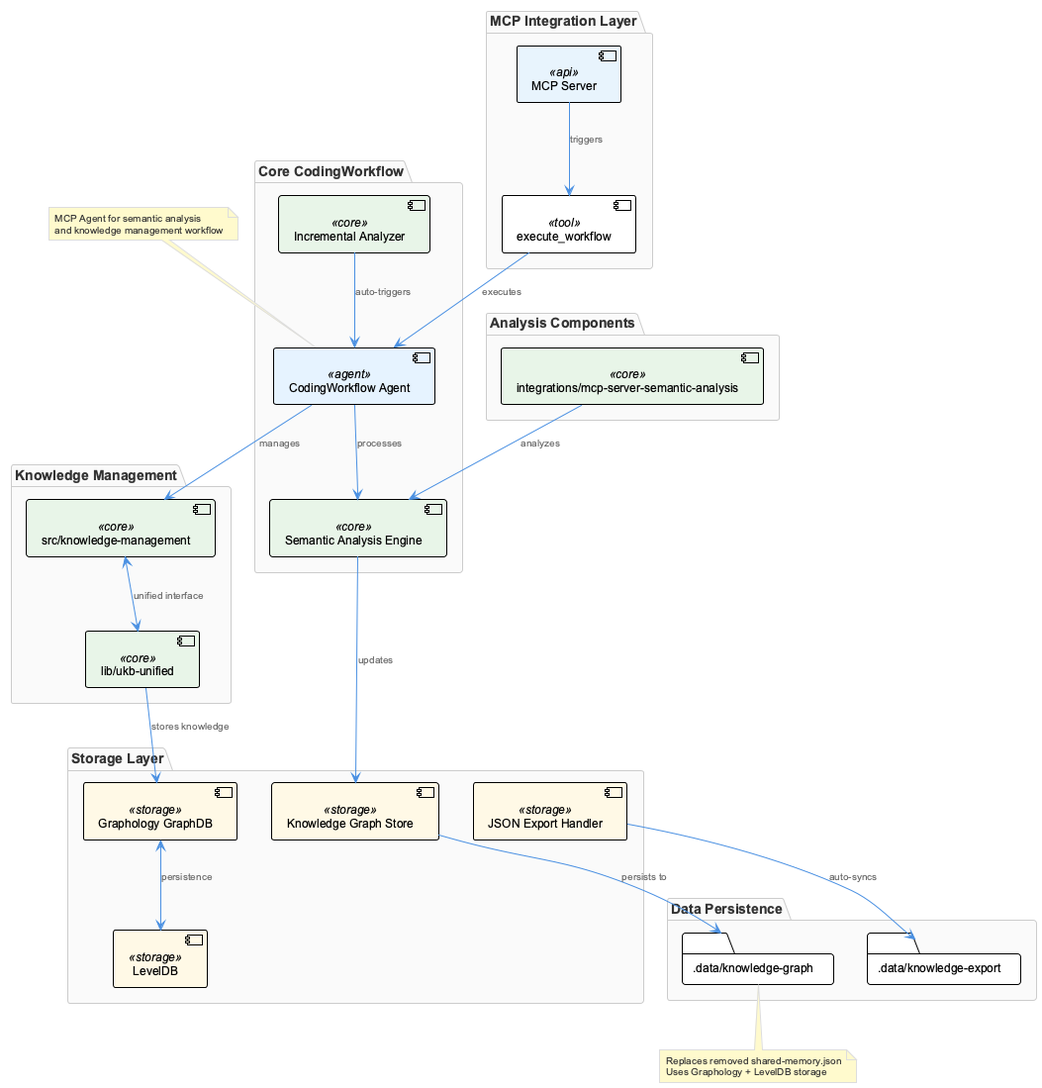
fwornle/coding keeps this PlantUML diagram as knowledge-management/insights/images/coding-workflow-architecture.png. Above is the earlier version. The source it was exported from:
```plantuml
@startuml
!include /Users/q284340/Agentic/coding/docs/puml/_standard-style.puml

package "MCP Integration Layer" {
    component [MCP Server] <<api>>
    component [execute_workflow] <<tool>>
}

package "Core CodingWorkflow" {
    component [CodingWorkflow Agent] <<agent>>
    component [Semantic Analysis Engine] <<core>>
    component [Incremental Analyzer] <<core>>
}

package "Knowledge Management" {
    component [src/knowledge-management] <<core>>
    component [lib/ukb-unified] <<core>>
}

package "Storage Layer" {
    component [Graphology GraphDB] <<storage>>
    component [LevelDB] <<storage>>
    component [Knowledge Graph Store] <<storage>>
    component [JSON Export Handler] <<storage>>
}

package "Data Persistence" {
    folder ".data/knowledge-graph" as KGData
    folder ".data/knowledge-export" as ExportData
}

package "Analysis Components" {
    component [integrations/mcp-server-semantic-analysis] <<core>>
}

[MCP Server] --> [execute_workflow] : triggers
[execute_workflow] --> [CodingWorkflow Agent] : executes
[Incremental Analyzer] --> [CodingWorkflow Agent] : auto-triggers

[CodingWorkflow Agent] --> [Semantic Analysis Engine] : processes
[CodingWorkflow Agent] --> [src/knowledge-management] : manages

[src/knowledge-management] <--> [lib/ukb-unified] : unified interface
[lib/ukb-unified] --> [Graphology GraphDB] : stores knowledge

[Graphology GraphDB] <--> [LevelDB] : persistence
[Knowledge Graph Store] --> KGData : persists to
[JSON Export Handler] --> ExportData : auto-syncs

[integrations/mcp-server-semantic-analysis] --> [Semantic Analysis Engine] : analyzes
[Semantic Analysis Engine] --> [Knowledge Graph Store] : updates

note top of [CodingWorkflow Agent]
  MCP Agent for semantic analysis
  and knowledge management workflow
end note

note bottom of KGData
  Replaces removed shared-memory.json
  Uses Graphology + LevelDB storage
end note

@enduml
```
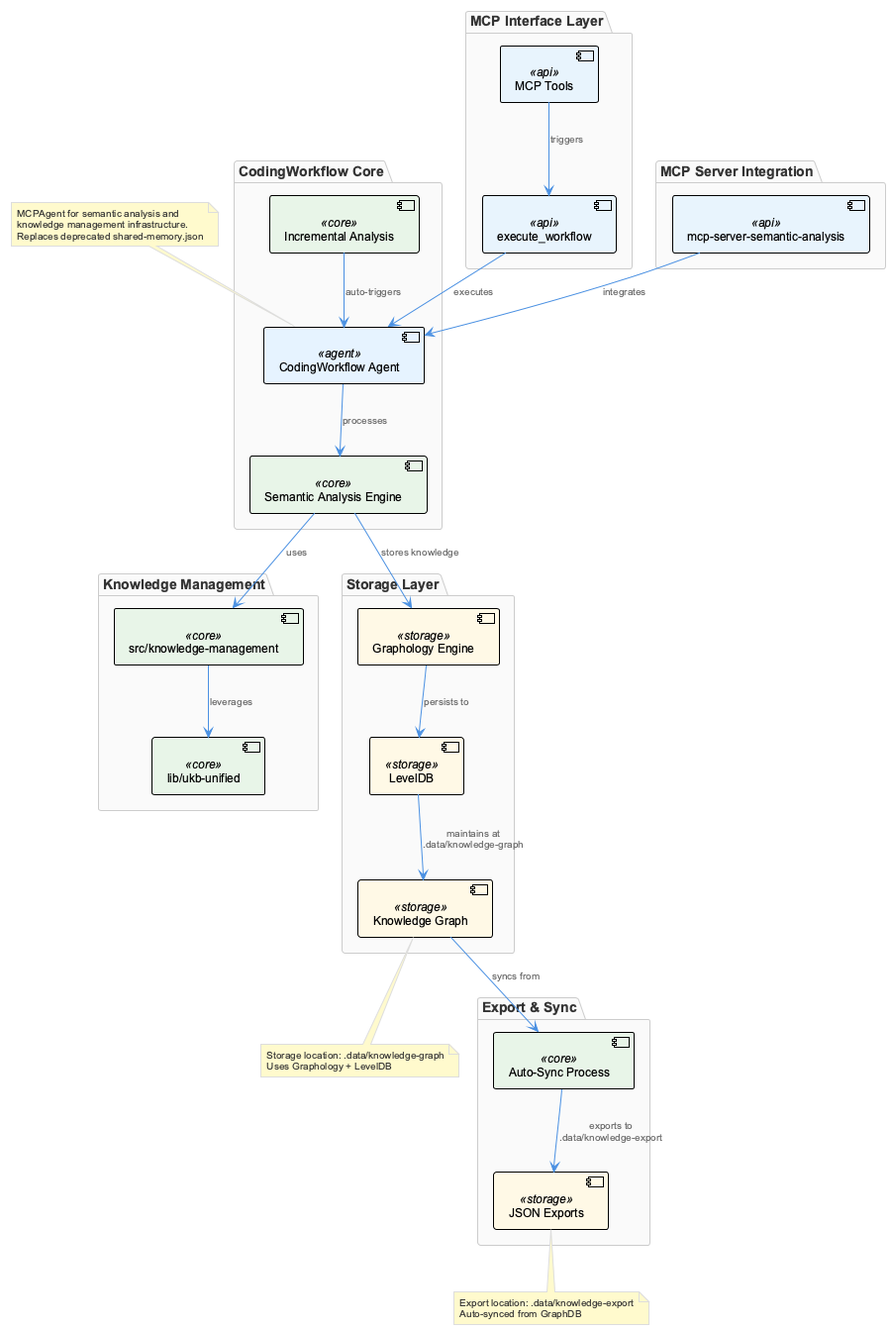
The same file after the commit.

Change to the diagram source:
```diff
@@ -1,63 +1,67 @@
 @startuml
 !include /Users/q284340/Agentic/coding/docs/puml/_standard-style.puml
 
-package "MCP Integration Layer" {
-    component [MCP Server] <<api>>
-    component [execute_workflow] <<tool>>
+package "MCP Interface Layer" {
+  component [MCP Tools] <<api>>
+  component [execute_workflow] <<api>>
 }
 
-package "Core CodingWorkflow" {
-    component [CodingWorkflow Agent] <<agent>>
-    component [Semantic Analysis Engine] <<core>>
-    component [Incremental Analyzer] <<core>>
+package "CodingWorkflow Core" {
+  component [CodingWorkflow Agent] <<agent>>
+  component [Semantic Analysis Engine] <<core>>
+  component [Incremental Analysis] <<core>>
 }
 
 package "Knowledge Management" {
-    component [src/knowledge-management] <<core>>
-    component [lib/ukb-unified] <<core>>
+  component [src/knowledge-management] <<core>>
+  component [lib/ukb-unified] <<core>>
+}
+
+package "MCP Server Integration" {
+  component [mcp-server-semantic-analysis] <<api>>
 }
 
 package "Storage Layer" {
-    component [Graphology GraphDB] <<storage>>
-    component [LevelDB] <<storage>>
-    component [Knowledge Graph Store] <<storage>>
-    component [JSON Export Handler] <<storage>>
+  component [Graphology Engine] <<storage>>
+  component [LevelDB] <<storage>>
+  component [Knowledge Graph] <<storage>>
 }
 
-package "Data Persistence" {
-    folder ".data/knowledge-graph" as KGData
-    folder ".data/knowledge-export" as ExportData
+package "Export & Sync" {
+  component [JSON Exports] <<storage>>
+  component [Auto-Sync Process] <<core>>
 }
 
-package "Analysis Components" {
-    component [integrations/mcp-server-semantic-analysis] <<core>>
-}
-
-[MCP Server] --> [execute_workflow] : triggers
+[MCP Tools] --> [execute_workflow] : triggers
 [execute_workflow] --> [CodingWorkflow Agent] : executes
-[Incremental Analyzer] --> [CodingWorkflow Agent] : auto-triggers
+[Incremental Analysis] --> [CodingWorkflow Agent] : auto-triggers
 
 [CodingWorkflow Agent] --> [Semantic Analysis Engine] : processes
-[CodingWorkflow Agent] --> [src/knowledge-management] : manages
+[Semantic Analysis Engine] --> [src/knowledge-management] : uses
+[src/knowledge-management] --> [lib/ukb-unified] : leverages
+[mcp-server-semantic-analysis] --> [CodingWorkflow Agent] : integrates
 
-[src/knowledge-management] <--> [lib/ukb-unified] : unified interface
-[lib/ukb-unified] --> [Graphology GraphDB] : stores knowledge
+[Semantic Analysis Engine] --> [Graphology Engine] : stores knowledge
+[Graphology Engine] --> [LevelDB] : persists to
+[LevelDB] --> [Knowledge Graph] : maintains at\n.data/knowledge-graph
 
-[Graphology GraphDB] <--> [LevelDB] : persistence
-[Knowledge Graph Store] --> KGData : persists to
-[JSON Export Handler] --> ExportData : auto-syncs
-
-[integrations/mcp-server-semantic-analysis] --> [Semantic Analysis Engine] : analyzes
-[Semantic Analysis Engine] --> [Knowledge Graph Store] : updates
+[Knowledge Graph] --> [Auto-Sync Process] : syncs from
+[Auto-Sync Process] --> [JSON Exports] : exports to\n.data/knowledge-export
 
 note top of [CodingWorkflow Agent]
-  MCP Agent for semantic analysis
-  and knowledge management workflow
+  MCPAgent for semantic analysis and
+  knowledge management infrastructure.
+  Replaces deprecated shared-memory.json
 end note
 
-note bottom of KGData
-  Replaces removed shared-memory.json
-  Uses Graphology + LevelDB storage
+note bottom of [Knowledge Graph]
+  Storage location: .data/knowledge-graph
+  Uses Graphology + LevelDB
+end note
+
+note bottom of [JSON Exports]
+  Export location: .data/knowledge-export
+  Auto-synced from GraphDB
 end note
 
 @enduml
```
